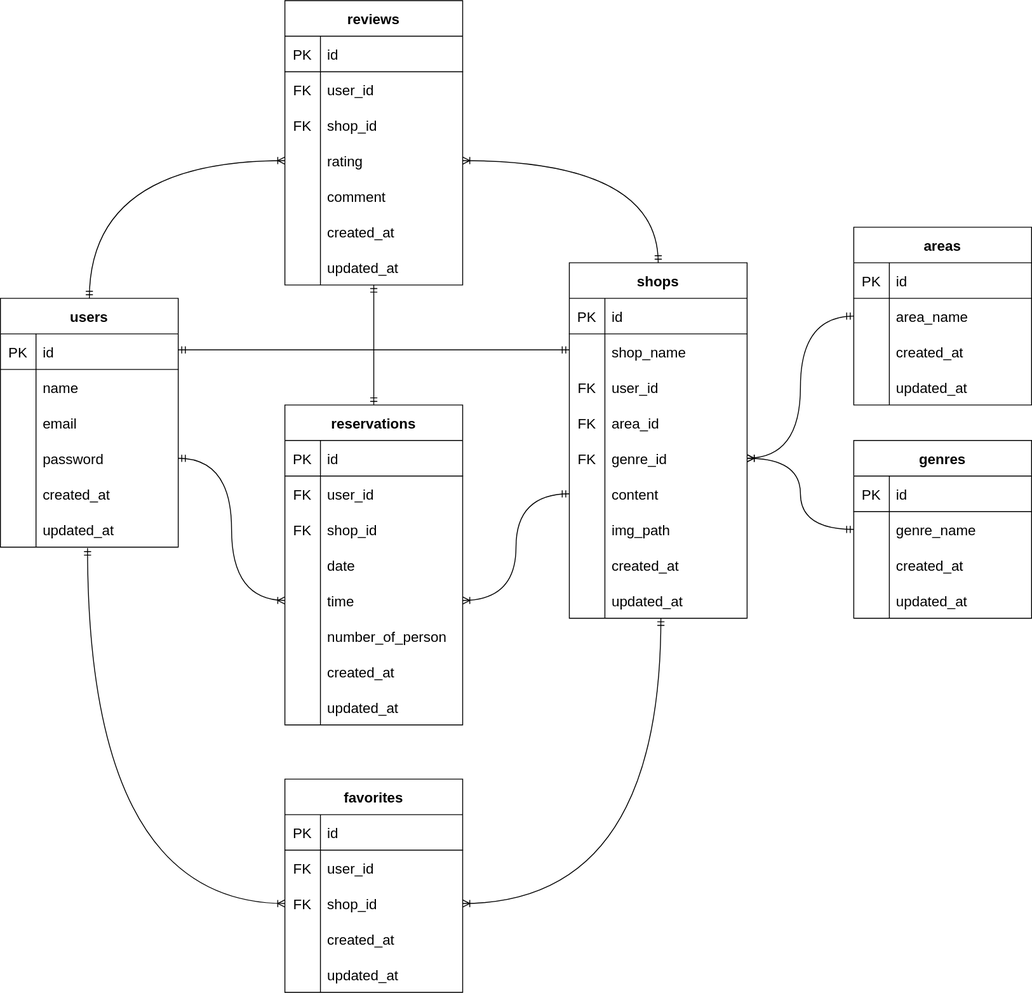
Above: Rese.drawio.svg in yuusakuhariya/Rese (draw.io), before the change. Source tidied: cells renumbered, new cells last; positions are measured from the earlier drawing's top-left corner, leaving out a move shared by most shapes.
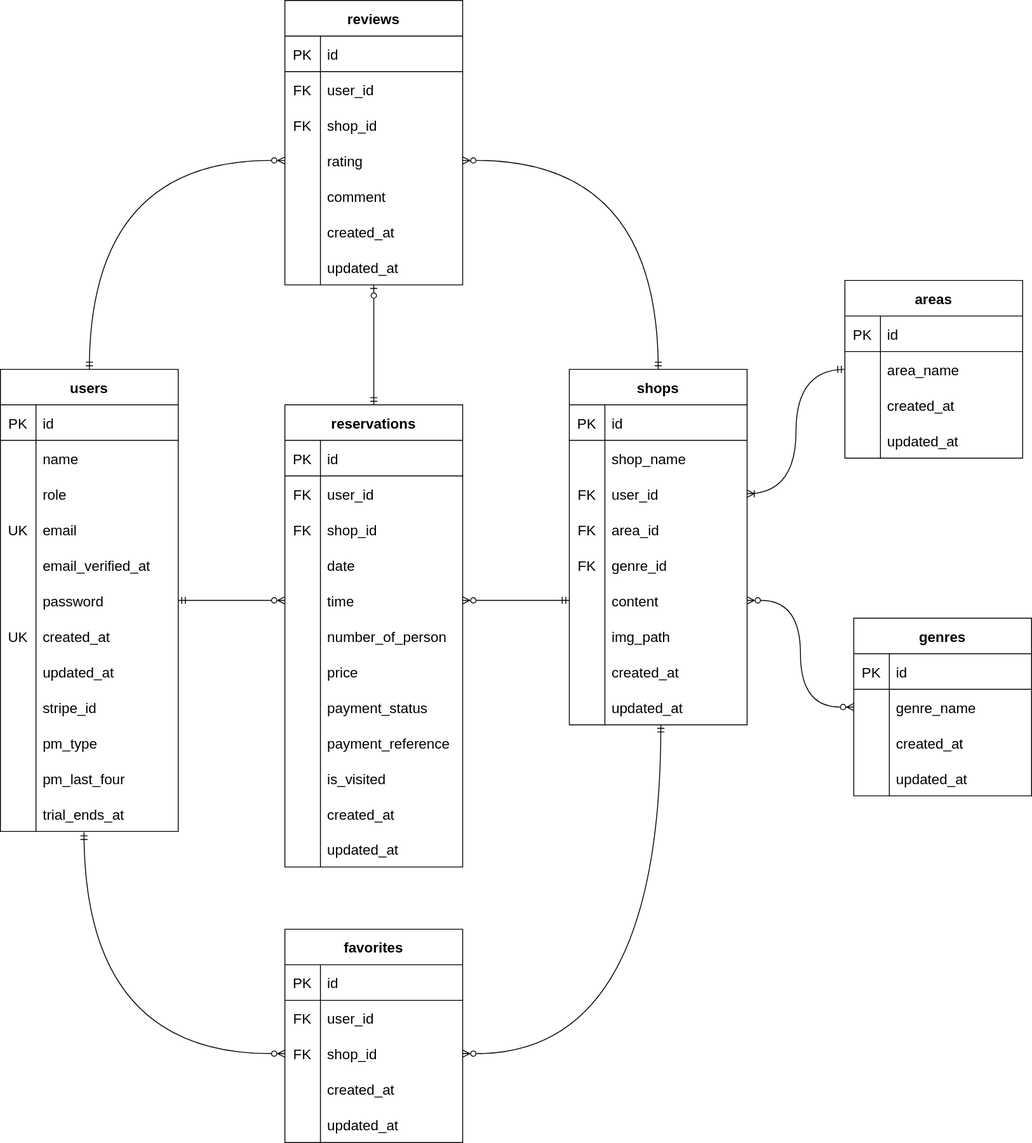
The same file after the commit.

Diff of the diagram source:
```diff
@@ -4,3 +4,3 @@
     <mxCell id="1" parent="0" />
-    <mxCell id="2" style="edgeStyle=orthogonalEdgeStyle;curved=1;html=1;exitX=0.5;exitY=0;exitDx=0;exitDy=0;entryX=0;entryY=0.5;entryDx=0;entryDy=0;fontSize=16;startArrow=ERmandOne;startFill=0;endArrow=ERoneToMany;endFill=0;" parent="1" edge="1" source="3" target="137">
+    <mxCell id="2" style="edgeStyle=orthogonalEdgeStyle;curved=1;html=1;exitX=0.5;exitY=0;exitDx=0;exitDy=0;entryX=0;entryY=0.5;entryDx=0;entryDy=0;fontSize=16;startArrow=ERmandOne;startFill=0;endArrow=ERzeroToMany;endFill=0;" parent="1" edge="1" source="3" target="137">
       <mxGeometry relative="1" as="geometry" />
@@ -8,3 +8,3 @@
     <mxCell id="3" value="users" style="shape=table;startSize=40;rowLines=0;fontStyle=1;align=center;fontSize=16;" parent="1" vertex="1">
-      <mxGeometry y="335" width="200" height="280" as="geometry" />
+      <mxGeometry y="415" width="200" height="520" as="geometry" />
     </mxCell>
@@ -34,7 +34,25 @@
     </mxCell>
-    <mxCell id="12" value="email" style="shape=partialRectangle;fillColor=none;top=0;left=0;bottom=0;right=0;align=left;spacingLeft=6;overflow=hidden;fontSize=16;" parent="10" vertex="1">
+    <mxCell id="12" value="role" style="shape=partialRectangle;fillColor=none;top=0;left=0;bottom=0;right=0;align=left;spacingLeft=6;overflow=hidden;fontSize=16;" parent="10" vertex="1">
       <mxGeometry x="40" width="160" height="40" as="geometry" />
     </mxCell>
+    <mxCell id="150" style="shape=tableRow;horizontal=0;startSize=0;swimlaneHead=0;swimlaneBody=0;fillColor=none;top=0;left=0;right=0;bottom=0;" parent="3" vertex="1">
+      <mxGeometry y="160" width="200" height="40" as="geometry" />
+    </mxCell>
+    <mxCell id="151" value="UK" style="shape=partialRectangle;fillColor=none;top=0;left=0;bottom=0;right=0;overflow=hidden;fontSize=16;" parent="150" vertex="1">
+      <mxGeometry width="40" height="40" as="geometry" />
+    </mxCell>
+    <mxCell id="152" value="email" style="shape=partialRectangle;fillColor=none;top=0;left=0;bottom=0;right=0;align=left;spacingLeft=6;overflow=hidden;fontSize=16;" parent="150" vertex="1">
+      <mxGeometry x="40" width="160" height="40" as="geometry" />
+    </mxCell>
+    <mxCell id="153" style="shape=tableRow;horizontal=0;startSize=0;swimlaneHead=0;swimlaneBody=0;fillColor=none;top=0;left=0;right=0;bottom=0;" parent="3" vertex="1">
+      <mxGeometry y="200" width="200" height="40" as="geometry" />
+    </mxCell>
+    <mxCell id="154" style="shape=partialRectangle;fillColor=none;top=0;left=0;bottom=0;right=0;overflow=hidden;" parent="153" vertex="1">
+      <mxGeometry width="40" height="40" as="geometry" />
+    </mxCell>
+    <mxCell id="155" value="email_verified_at" style="shape=partialRectangle;fillColor=none;top=0;left=0;bottom=0;right=0;align=left;spacingLeft=6;overflow=hidden;fontSize=16;" parent="153" vertex="1">
+      <mxGeometry x="40" width="160" height="40" as="geometry" />
+    </mxCell>
     <mxCell id="13" style="shape=tableRow;horizontal=0;startSize=0;swimlaneHead=0;swimlaneBody=0;fillColor=none;points=[[0,0.5],[1,0.5]];portConstraint=eastwest;top=0;left=0;right=0;bottom=0;" parent="3" vertex="1">
-      <mxGeometry y="160" width="200" height="40" as="geometry" />
+      <mxGeometry y="240" width="200" height="40" as="geometry" />
     </mxCell>
@@ -47,3 +65,3 @@
     <mxCell id="16" style="shape=tableRow;horizontal=0;startSize=0;swimlaneHead=0;swimlaneBody=0;fillColor=none;top=0;left=0;right=0;bottom=0;" parent="3" vertex="1">
-      <mxGeometry y="200" width="200" height="40" as="geometry" />
+      <mxGeometry y="280" width="200" height="40" as="geometry" />
     </mxCell>
@@ -56,3 +74,3 @@
     <mxCell id="19" style="shape=tableRow;horizontal=0;startSize=0;swimlaneHead=0;swimlaneBody=0;fillColor=none;points=[[0,0.5],[1,0.5]];portConstraint=eastwest;top=0;left=0;right=0;bottom=0;" parent="3" vertex="1">
-      <mxGeometry y="240" width="200" height="40" as="geometry" />
+      <mxGeometry y="320" width="200" height="40" as="geometry" />
     </mxCell>
@@ -64,3 +82,39 @@
     </mxCell>
+    <mxCell id="156" style="shape=tableRow;horizontal=0;startSize=0;swimlaneHead=0;swimlaneBody=0;fillColor=none;top=0;left=0;right=0;bottom=0;" parent="3" vertex="1">
+      <mxGeometry y="360" width="200" height="40" as="geometry" />
+    </mxCell>
+    <mxCell id="157" style="shape=partialRectangle;fillColor=none;top=0;left=0;bottom=0;right=0;overflow=hidden;" parent="156" vertex="1">
+      <mxGeometry width="40" height="40" as="geometry" />
+    </mxCell>
+    <mxCell id="158" value="stripe_id" style="shape=partialRectangle;fillColor=none;top=0;left=0;bottom=0;right=0;align=left;spacingLeft=6;overflow=hidden;fontSize=16;" parent="156" vertex="1">
+      <mxGeometry x="40" width="160" height="40" as="geometry" />
+    </mxCell>
+    <mxCell id="159" style="shape=tableRow;horizontal=0;startSize=0;swimlaneHead=0;swimlaneBody=0;fillColor=none;top=0;left=0;right=0;bottom=0;" parent="3" vertex="1">
+      <mxGeometry y="400" width="200" height="40" as="geometry" />
+    </mxCell>
+    <mxCell id="160" style="shape=partialRectangle;fillColor=none;top=0;left=0;bottom=0;right=0;overflow=hidden;" parent="159" vertex="1">
+      <mxGeometry width="40" height="40" as="geometry" />
+    </mxCell>
+    <mxCell id="161" value="pm_type" style="shape=partialRectangle;fillColor=none;top=0;left=0;bottom=0;right=0;align=left;spacingLeft=6;overflow=hidden;fontSize=16;" parent="159" vertex="1">
+      <mxGeometry x="40" width="160" height="40" as="geometry" />
+    </mxCell>
+    <mxCell id="162" style="shape=tableRow;horizontal=0;startSize=0;swimlaneHead=0;swimlaneBody=0;fillColor=none;top=0;left=0;right=0;bottom=0;" parent="3" vertex="1">
+      <mxGeometry y="440" width="200" height="40" as="geometry" />
+    </mxCell>
+    <mxCell id="163" style="shape=partialRectangle;fillColor=none;top=0;left=0;bottom=0;right=0;overflow=hidden;" parent="162" vertex="1">
+      <mxGeometry width="40" height="40" as="geometry" />
+    </mxCell>
+    <mxCell id="164" value="pm_last_four" style="shape=partialRectangle;fillColor=none;top=0;left=0;bottom=0;right=0;align=left;spacingLeft=6;overflow=hidden;fontSize=16;" parent="162" vertex="1">
+      <mxGeometry x="40" width="160" height="40" as="geometry" />
+    </mxCell>
+    <mxCell id="165" style="shape=tableRow;horizontal=0;startSize=0;swimlaneHead=0;swimlaneBody=0;fillColor=none;points=[[0,0.5],[1,0.5]];portConstraint=eastwest;top=0;left=0;right=0;bottom=0;" parent="3" vertex="1">
+      <mxGeometry y="480" width="200" height="40" as="geometry" />
+    </mxCell>
+    <mxCell id="166" style="shape=partialRectangle;fillColor=none;top=0;left=0;bottom=0;right=0;overflow=hidden;" parent="165" vertex="1">
+      <mxGeometry width="40" height="40" as="geometry" />
+    </mxCell>
+    <mxCell id="167" value="trial_ends_at" style="shape=partialRectangle;fillColor=none;top=0;left=0;bottom=0;right=0;align=left;spacingLeft=6;overflow=hidden;fontSize=16;" parent="165" vertex="1">
+      <mxGeometry x="40" width="160" height="40" as="geometry" />
+    </mxCell>
-    <mxCell id="22" style="edgeStyle=none;html=1;exitX=0.5;exitY=0;exitDx=0;exitDy=0;startArrow=ERmandOne;startFill=0;endArrow=ERmandOne;endFill=0;" parent="1" edge="1" source="23" target="146">
+    <mxCell id="22" style="edgeStyle=none;html=1;exitX=0.5;exitY=0;exitDx=0;exitDy=0;startArrow=ERmandOne;startFill=0;endArrow=ERzeroToOne;endFill=0;" parent="1" edge="1" source="23" target="146">
       <mxGeometry relative="1" as="geometry" />
@@ -68,3 +122,3 @@
     <mxCell id="23" value="reservations" style="shape=table;startSize=40;rowLines=0;fontStyle=1;align=center;fontSize=16;" parent="1" vertex="1">
-      <mxGeometry x="320" y="455" width="200" height="360" as="geometry" />
+      <mxGeometry x="320" y="455" width="200" height="520" as="geometry" />
     </mxCell>
@@ -130,7 +184,43 @@
     </mxCell>
-    <mxCell id="44" value="created_at" style="shape=partialRectangle;fillColor=none;top=0;left=0;bottom=0;right=0;align=left;spacingLeft=6;overflow=hidden;fontSize=16;" parent="42" vertex="1">
+    <mxCell id="44" value="price" style="shape=partialRectangle;fillColor=none;top=0;left=0;bottom=0;right=0;align=left;spacingLeft=6;overflow=hidden;fontSize=16;" parent="42" vertex="1">
       <mxGeometry x="40" width="160" height="40" as="geometry" />
     </mxCell>
+    <mxCell id="168" style="shape=tableRow;horizontal=0;startSize=0;swimlaneHead=0;swimlaneBody=0;fillColor=none;top=0;left=0;right=0;bottom=0;" parent="23" vertex="1">
+      <mxGeometry y="320" width="200" height="40" as="geometry" />
+    </mxCell>
+    <mxCell id="169" style="shape=partialRectangle;fillColor=none;top=0;left=0;bottom=0;right=0;overflow=hidden;" parent="168" vertex="1">
+      <mxGeometry width="40" height="40" as="geometry" />
+    </mxCell>
+    <mxCell id="170" value="payment_status" style="shape=partialRectangle;fillColor=none;top=0;left=0;bottom=0;right=0;align=left;spacingLeft=6;overflow=hidden;fontSize=16;" parent="168" vertex="1">
+      <mxGeometry x="40" width="160" height="40" as="geometry" />
+    </mxCell>
+    <mxCell id="171" style="shape=tableRow;horizontal=0;startSize=0;swimlaneHead=0;swimlaneBody=0;fillColor=none;top=0;left=0;right=0;bottom=0;" parent="23" vertex="1">
+      <mxGeometry y="360" width="200" height="40" as="geometry" />
+    </mxCell>
+    <mxCell id="172" style="shape=partialRectangle;fillColor=none;top=0;left=0;bottom=0;right=0;overflow=hidden;" parent="171" vertex="1">
+      <mxGeometry width="40" height="40" as="geometry" />
+    </mxCell>
+    <mxCell id="173" value="payment_reference" style="shape=partialRectangle;fillColor=none;top=0;left=0;bottom=0;right=0;align=left;spacingLeft=6;overflow=hidden;fontSize=16;" parent="171" vertex="1">
+      <mxGeometry x="40" width="160" height="40" as="geometry" />
+    </mxCell>
+    <mxCell id="174" style="shape=tableRow;horizontal=0;startSize=0;swimlaneHead=0;swimlaneBody=0;fillColor=none;top=0;left=0;right=0;bottom=0;" parent="23" vertex="1">
+      <mxGeometry y="400" width="200" height="40" as="geometry" />
+    </mxCell>
+    <mxCell id="175" style="shape=partialRectangle;fillColor=none;top=0;left=0;bottom=0;right=0;overflow=hidden;" parent="174" vertex="1">
+      <mxGeometry width="40" height="40" as="geometry" />
+    </mxCell>
+    <mxCell id="176" value="is_visited" style="shape=partialRectangle;fillColor=none;top=0;left=0;bottom=0;right=0;align=left;spacingLeft=6;overflow=hidden;fontSize=16;" parent="174" vertex="1">
+      <mxGeometry x="40" width="160" height="40" as="geometry" />
+    </mxCell>
+    <mxCell id="177" style="shape=tableRow;horizontal=0;startSize=0;swimlaneHead=0;swimlaneBody=0;fillColor=none;top=0;left=0;right=0;bottom=0;" parent="23" vertex="1">
+      <mxGeometry y="440" width="200" height="40" as="geometry" />
+    </mxCell>
+    <mxCell id="178" style="shape=partialRectangle;fillColor=none;top=0;left=0;bottom=0;right=0;overflow=hidden;" parent="177" vertex="1">
+      <mxGeometry width="40" height="40" as="geometry" />
+    </mxCell>
+    <mxCell id="179" value="created_at" style="shape=partialRectangle;fillColor=none;top=0;left=0;bottom=0;right=0;align=left;spacingLeft=6;overflow=hidden;fontSize=16;" parent="177" vertex="1">
+      <mxGeometry x="40" width="160" height="40" as="geometry" />
+    </mxCell>
     <mxCell id="45" style="shape=tableRow;horizontal=0;startSize=0;swimlaneHead=0;swimlaneBody=0;fillColor=none;top=0;left=0;right=0;bottom=0;" parent="23" vertex="1">
-      <mxGeometry y="320" width="200" height="40" as="geometry" />
+      <mxGeometry y="480" width="200" height="40" as="geometry" />
     </mxCell>
@@ -142,3 +232,3 @@
     </mxCell>
-    <mxCell id="48" style="edgeStyle=orthogonalEdgeStyle;curved=1;html=1;exitX=0.5;exitY=0;exitDx=0;exitDy=0;entryX=1;entryY=0.5;entryDx=0;entryDy=0;fontSize=16;startArrow=ERmandOne;startFill=0;endArrow=ERoneToMany;endFill=0;" parent="1" edge="1" source="49" target="137">
+    <mxCell id="48" style="edgeStyle=orthogonalEdgeStyle;curved=1;html=1;exitX=0.5;exitY=0;exitDx=0;exitDy=0;entryX=1;entryY=0.5;entryDx=0;entryDy=0;fontSize=16;startArrow=ERmandOne;startFill=0;endArrow=ERzeroToMany;endFill=0;" parent="1" edge="1" source="49" target="137">
       <mxGeometry relative="1" as="geometry" />
@@ -146,3 +236,3 @@
     <mxCell id="49" value="shops" style="shape=table;startSize=40;rowLines=0;fontStyle=1;align=center;fontSize=16;" parent="1" vertex="1">
-      <mxGeometry x="640" y="295" width="200" height="400" as="geometry" />
+      <mxGeometry x="640" y="415" width="200" height="400" as="geometry" />
     </mxCell>
@@ -229,6 +319,6 @@
     </mxCell>
-    <mxCell id="77" style="edgeStyle=orthogonalEdgeStyle;fontSize=12;html=1;endArrow=ERoneToMany;startArrow=ERmandOne;entryX=0;entryY=0.5;entryDx=0;entryDy=0;exitX=1;exitY=0.5;exitDx=0;exitDy=0;curved=1;" parent="1" edge="1" source="13" target="36">
+    <mxCell id="77" style="edgeStyle=orthogonalEdgeStyle;fontSize=12;html=1;endArrow=ERzeroToMany;startArrow=ERmandOne;entryX=0;entryY=0.5;entryDx=0;entryDy=0;exitX=1;exitY=0.5;exitDx=0;exitDy=0;curved=1;endFill=0;" parent="1" edge="1" source="13" target="36">
       <mxGeometry relative="1" as="geometry" />
     </mxCell>
-    <mxCell id="78" style="edgeStyle=orthogonalEdgeStyle;fontSize=12;html=1;endArrow=ERoneToMany;startArrow=ERmandOne;entryX=1;entryY=0.5;entryDx=0;entryDy=0;exitX=0;exitY=0.5;exitDx=0;exitDy=0;curved=1;" parent="1" edge="1" source="65" target="36">
+    <mxCell id="78" style="edgeStyle=orthogonalEdgeStyle;fontSize=12;html=1;endArrow=ERzeroToMany;startArrow=ERmandOne;entryX=1;entryY=0.5;entryDx=0;entryDy=0;exitX=0;exitY=0.5;exitDx=0;exitDy=0;curved=1;endFill=0;" parent="1" edge="1" source="65" target="36">
       <mxGeometry relative="1" as="geometry" />
@@ -242,3 +332,3 @@
     <mxCell id="81" value="areas" style="shape=table;startSize=40;rowLines=0;fontStyle=1;align=center;fontSize=16;" parent="1" vertex="1">
-      <mxGeometry x="960" y="255" width="200" height="200" as="geometry" />
+      <mxGeometry x="950" y="315" width="200" height="200" as="geometry" />
     </mxCell>
@@ -281,3 +371,3 @@
     <mxCell id="94" value="genres" style="shape=table;startSize=40;rowLines=0;fontStyle=1;align=center;fontSize=16;" parent="1" vertex="1">
-      <mxGeometry x="960" y="495" width="200" height="200" as="geometry" />
+      <mxGeometry x="960" y="695" width="200" height="200" as="geometry" />
     </mxCell>
@@ -319,10 +409,7 @@
     </mxCell>
-    <mxCell id="107" style="edgeStyle=orthogonalEdgeStyle;curved=1;html=1;exitX=1;exitY=0.5;exitDx=0;exitDy=0;entryX=0;entryY=0.5;entryDx=0;entryDy=0;fontSize=16;startArrow=ERoneToMany;startFill=0;endArrow=ERmandOne;endFill=0;" parent="1" edge="1" source="62" target="85">
+    <mxCell id="107" style="html=1;exitX=1;exitY=0.5;exitDx=0;exitDy=0;entryX=0;entryY=0.5;entryDx=0;entryDy=0;fontSize=16;startArrow=ERoneToMany;startFill=0;endArrow=ERmandOne;endFill=0;edgeStyle=orthogonalEdgeStyle;curved=1;" parent="1" edge="1" source="56" target="85">
       <mxGeometry relative="1" as="geometry" />
     </mxCell>
-    <mxCell id="108" style="edgeStyle=orthogonalEdgeStyle;curved=1;html=1;exitX=1;exitY=0.5;exitDx=0;exitDy=0;entryX=0;entryY=0.5;entryDx=0;entryDy=0;fontSize=16;startArrow=ERoneToMany;startFill=0;endArrow=ERmandOne;endFill=0;" parent="1" edge="1" source="62" target="98">
-      <mxGeometry relative="1" as="geometry" />
-    </mxCell>
     <mxCell id="109" value="favorites" style="shape=table;startSize=40;rowLines=0;fontStyle=1;align=center;fontSize=16;" parent="1" vertex="1">
-      <mxGeometry x="320" y="876" width="200" height="240" as="geometry" />
+      <mxGeometry x="320" y="1045" width="200" height="240" as="geometry" />
     </mxCell>
@@ -373,6 +460,6 @@
     </mxCell>
-    <mxCell id="125" style="edgeStyle=orthogonalEdgeStyle;curved=1;html=1;exitX=0;exitY=0.5;exitDx=0;exitDy=0;entryX=0.49;entryY=1.025;entryDx=0;entryDy=0;entryPerimeter=0;fontSize=16;startArrow=ERoneToMany;startFill=0;endArrow=ERmandOne;endFill=0;" parent="1" edge="1" source="116" target="19">
+    <mxCell id="125" style="edgeStyle=orthogonalEdgeStyle;curved=1;html=1;exitX=0;exitY=0.5;exitDx=0;exitDy=0;fontSize=16;startArrow=ERzeroToMany;startFill=0;endArrow=ERmandOne;endFill=0;entryX=0.47;entryY=1.025;entryDx=0;entryDy=0;entryPerimeter=0;" parent="1" edge="1" source="116" target="165">
       <mxGeometry relative="1" as="geometry" />
     </mxCell>
-    <mxCell id="126" style="edgeStyle=orthogonalEdgeStyle;curved=1;html=1;exitX=1;exitY=0.5;exitDx=0;exitDy=0;entryX=0.515;entryY=1;entryDx=0;entryDy=0;entryPerimeter=0;fontSize=16;startArrow=ERoneToMany;startFill=0;endArrow=ERmandOne;endFill=0;" parent="1" edge="1" source="116" target="74">
+    <mxCell id="126" style="edgeStyle=orthogonalEdgeStyle;curved=1;html=1;exitX=1;exitY=0.5;exitDx=0;exitDy=0;entryX=0.515;entryY=1;entryDx=0;entryDy=0;entryPerimeter=0;fontSize=16;startArrow=ERzeroToMany;startFill=0;endArrow=ERmandOne;endFill=0;" parent="1" edge="1" source="116" target="74">
       <mxGeometry relative="1" as="geometry" />
@@ -445,8 +532,8 @@
     </mxCell>
-    <mxCell id="149" style="edgeStyle=orthogonalEdgeStyle;html=1;exitX=1;exitY=0.5;exitDx=0;exitDy=0;entryX=0;entryY=0.5;entryDx=0;entryDy=0;curved=1;startArrow=ERmandOne;startFill=0;endArrow=ERmandOne;endFill=0;" parent="1" edge="1">
-      <mxGeometry relative="1" as="geometry">
-        <mxPoint x="200" y="393" as="sourcePoint" />
-        <mxPoint x="640" y="393" as="targetPoint" />
-      </mxGeometry>
-    </mxCell>
+    <mxCell id="180" style="edgeStyle=orthogonalEdgeStyle;html=1;exitX=0;exitY=0.5;exitDx=0;exitDy=0;entryX=1;entryY=0.5;entryDx=0;entryDy=0;startArrow=ERzeroToMany;startFill=0;endArrow=ERzeroToMany;endFill=0;curved=1;" parent="1" edge="1" source="98" target="65">
+      <mxGeometry relative="1" as="geometry" />
+    </mxCell>
+    <mxCell id="181" value="UK" style="shape=partialRectangle;fillColor=none;top=0;left=0;bottom=0;right=0;overflow=hidden;fontSize=16;" parent="1" vertex="1">
+      <mxGeometry y="695" width="40" height="40" as="geometry" />
+    </mxCell>
   </root>
```
